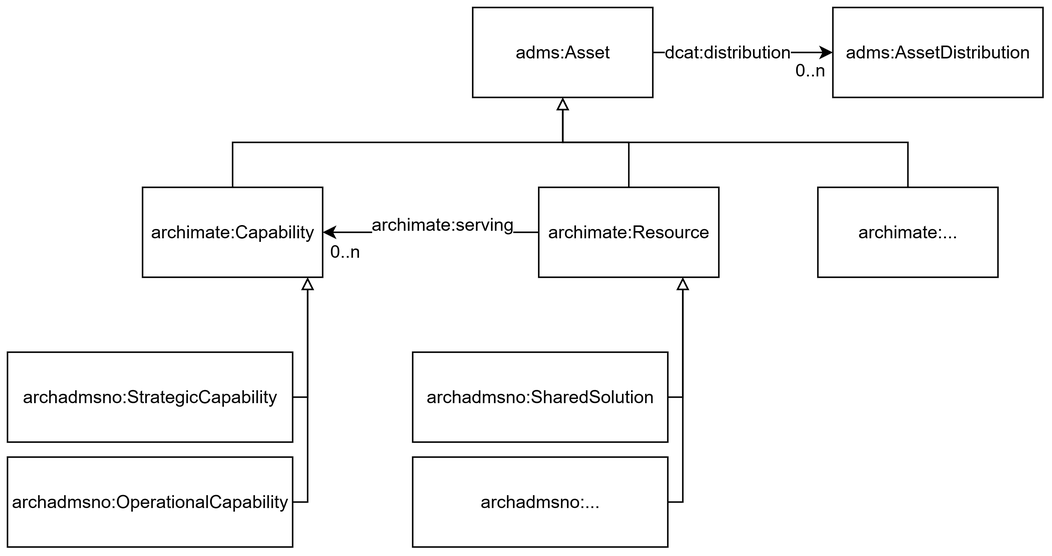
The draw.io diagram archadms-ap-no/docs/images/archADMS-AP-NO-klasser.png in jimjyang/playground, before a commit. Source tidied: cells renumbered, new cells last; positions are measured from the earlier drawing's top-left corner, leaving out a move shared by most shapes.
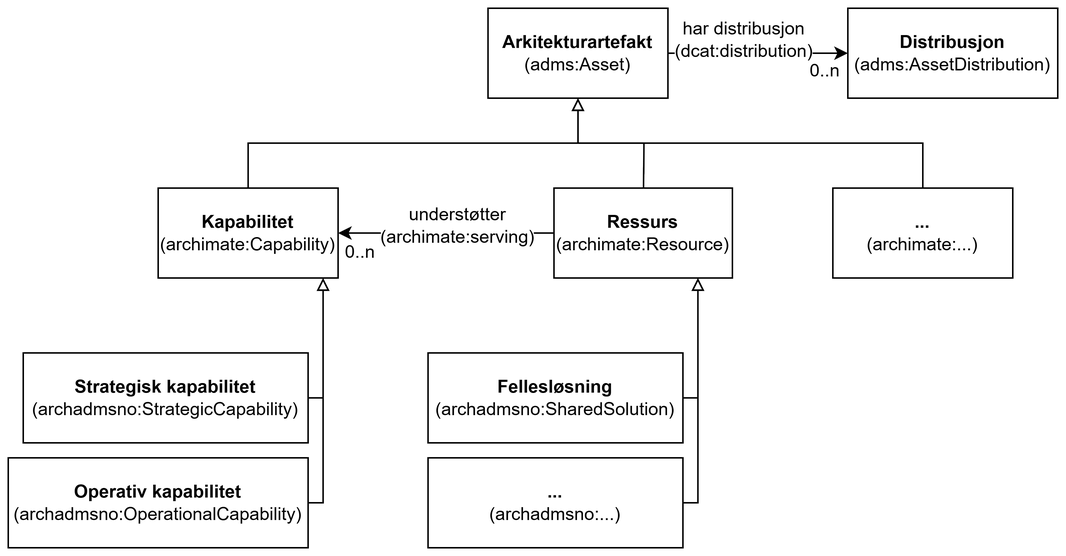
After the change.

Diff of the diagram source:
```diff
@@ -2,20 +2,20 @@
   <root>
     <mxCell id="0" />
     <mxCell id="1" parent="0" />
-    <mxCell id="2" value="adms:Asset" style="rounded=0;whiteSpace=wrap;html=1;" parent="1" vertex="1">
+    <mxCell id="2" value="&lt;div&gt;&lt;b&gt;Arkitekturartefakt&lt;/b&gt;&lt;/div&gt;(adms:Asset)" style="rounded=0;whiteSpace=wrap;html=1;" parent="1" vertex="1">
       <mxGeometry x="310" width="120" height="60" as="geometry" />
     </mxCell>
-    <mxCell id="3" value="archimate:Capability" style="rounded=0;whiteSpace=wrap;html=1;" parent="1" vertex="1">
+    <mxCell id="3" value="&lt;div&gt;&lt;b&gt;Kapabilitet&lt;/b&gt;&lt;/div&gt;(archimate:Capability)" style="rounded=0;whiteSpace=wrap;html=1;" parent="1" vertex="1">
       <mxGeometry x="90" y="120" width="120" height="60" as="geometry" />
     </mxCell>
-    <mxCell id="4" value="archimate:Resource" style="rounded=0;whiteSpace=wrap;html=1;" parent="1" vertex="1">
-      <mxGeometry x="354" y="120" width="120" height="60" as="geometry" />
+    <mxCell id="4" value="&lt;div&gt;&lt;b&gt;Ressurs&lt;/b&gt;&lt;/div&gt;(archimate:Resource)" style="rounded=0;whiteSpace=wrap;html=1;" parent="1" vertex="1">
+      <mxGeometry x="354" y="120" width="119" height="60" as="geometry" />
     </mxCell>
-    <mxCell id="5" value="archadmsno:StrategicCapability" style="rounded=0;whiteSpace=wrap;html=1;" parent="1" vertex="1">
+    <mxCell id="5" value="&lt;div&gt;&lt;b&gt;Strategisk kapabilitet&lt;/b&gt;&lt;/div&gt;(archadmsno:StrategicCapability)" style="rounded=0;whiteSpace=wrap;html=1;" parent="1" vertex="1">
       <mxGeometry y="230" width="190" height="60" as="geometry" />
     </mxCell>
-    <mxCell id="6" value="archadmsno:OperationalCapability" style="rounded=0;whiteSpace=wrap;html=1;" parent="1" vertex="1">
-      <mxGeometry y="300" width="190" height="60" as="geometry" />
+    <mxCell id="6" value="&lt;div&gt;&lt;b&gt;Operativ kapabilitet&lt;/b&gt;&lt;/div&gt;(archadmsno:OperationalCapability)" style="rounded=0;whiteSpace=wrap;html=1;" parent="1" vertex="1">
+      <mxGeometry x="-10" y="300" width="200" height="60" as="geometry" />
     </mxCell>
     <mxCell id="7" style="endArrow=block;html=1;rounded=0;endFill=0;exitX=1;exitY=0.5;exitDx=0;exitDy=0;" parent="1" edge="1" source="6">
       <mxGeometry relative="1" as="geometry">
@@ -25,10 +25,10 @@
         </Array>
       </mxGeometry>
     </mxCell>
-    <mxCell id="8" value="archadmsno:SharedSolution" style="rounded=0;whiteSpace=wrap;html=1;" parent="1" vertex="1">
+    <mxCell id="8" value="&lt;div&gt;&lt;span style=&quot;background-color: transparent; color: light-dark(rgb(0, 0, 0), rgb(255, 255, 255));&quot;&gt;&lt;b&gt;Fellesløsning&lt;/b&gt;&lt;/span&gt;&lt;/div&gt;&lt;div&gt;(archadmsno:SharedSolution)&lt;/div&gt;" style="rounded=0;whiteSpace=wrap;html=1;" parent="1" vertex="1">
       <mxGeometry x="270" y="230" width="170" height="60" as="geometry" />
     </mxCell>
-    <mxCell id="9" value="archadmsno:..." style="rounded=0;whiteSpace=wrap;html=1;" parent="1" vertex="1">
+    <mxCell id="9" value="&lt;div&gt;&lt;b&gt;...&lt;/b&gt;&lt;/div&gt;(archadmsno:...)" style="rounded=0;whiteSpace=wrap;html=1;" parent="1" vertex="1">
       <mxGeometry x="270" y="300" width="170" height="60" as="geometry" />
     </mxCell>
     <mxCell id="10" style="endArrow=block;html=1;rounded=0;exitX=1;exitY=0.5;exitDx=0;exitDy=0;endFill=0;" parent="1" edge="1" source="9">
@@ -70,17 +70,17 @@
     <mxCell id="15" value="0..n" style="text;html=1;whiteSpace=wrap;strokeColor=none;fillColor=none;align=center;verticalAlign=middle;rounded=0;" parent="1" vertex="1">
       <mxGeometry x="210" y="153" width="30" height="20" as="geometry" />
     </mxCell>
-    <mxCell id="16" value="archimate:serving" style="text;html=1;whiteSpace=wrap;strokeColor=none;fillColor=none;align=center;verticalAlign=middle;rounded=0;labelBackgroundColor=default;" parent="1" vertex="1">
+    <mxCell id="16" value="&lt;div&gt;understøtter&lt;/div&gt;(archimate:serving)" style="text;html=1;whiteSpace=wrap;strokeColor=none;fillColor=none;align=center;verticalAlign=middle;rounded=0;labelBackgroundColor=default;" parent="1" vertex="1">
       <mxGeometry x="260" y="130" width="60" height="30" as="geometry" />
     </mxCell>
-    <mxCell id="17" value="adms:AssetDistribution" style="rounded=0;whiteSpace=wrap;html=1;" parent="1" vertex="1">
+    <mxCell id="17" value="&lt;div&gt;&lt;b&gt;Distribusjon&lt;/b&gt;&lt;/div&gt;(adms:AssetDistribution)" style="rounded=0;whiteSpace=wrap;html=1;" parent="1" vertex="1">
       <mxGeometry x="550" width="140" height="60" as="geometry" />
     </mxCell>
     <mxCell id="18" style="endArrow=classic;html=1;rounded=0;entryX=0;entryY=0.5;entryDx=0;entryDy=0;exitX=1;exitY=0.5;exitDx=0;exitDy=0;" parent="1" edge="1" source="2" target="17">
       <mxGeometry relative="1" as="geometry" />
     </mxCell>
-    <mxCell id="19" value="&lt;span style=&quot;background-color: light-dark(#ffffff, var(--ge-dark-color, #121212));&quot;&gt;dcat:distribution&lt;/span&gt;" style="text;html=1;whiteSpace=wrap;strokeColor=none;fillColor=none;align=center;verticalAlign=middle;rounded=0;" parent="1" vertex="1">
-      <mxGeometry x="450" y="15" width="60" height="30" as="geometry" />
+    <mxCell id="19" value="&lt;span style=&quot;background-color: light-dark(#ffffff, var(--ge-dark-color, #121212));&quot;&gt;har distribusjon&lt;/span&gt;&lt;div&gt;&lt;span style=&quot;background-color: light-dark(#ffffff, var(--ge-dark-color, #121212));&quot;&gt;(dcat:distribution)&lt;/span&gt;&lt;/div&gt;" style="text;html=1;whiteSpace=wrap;strokeColor=none;fillColor=none;align=center;verticalAlign=middle;rounded=0;" parent="1" vertex="1">
+      <mxGeometry x="451" y="6" width="60" height="30" as="geometry" />
     </mxCell>
     <mxCell id="20" value="0..n" style="text;html=1;whiteSpace=wrap;strokeColor=none;fillColor=none;align=center;verticalAlign=middle;rounded=0;" parent="1" vertex="1">
       <mxGeometry x="520" y="32" width="30" height="20" as="geometry" />
@@ -101,7 +101,7 @@
         </Array>
       </mxGeometry>
     </mxCell>
-    <mxCell id="23" value="archimate:..." style="rounded=0;whiteSpace=wrap;html=1;" parent="1" vertex="1">
+    <mxCell id="23" value="&lt;div&gt;&lt;b&gt;...&lt;/b&gt;&lt;/div&gt;(archimate:...)" style="rounded=0;whiteSpace=wrap;html=1;" parent="1" vertex="1">
       <mxGeometry x="540" y="120" width="120" height="60" as="geometry" />
     </mxCell>
   </root>
```
